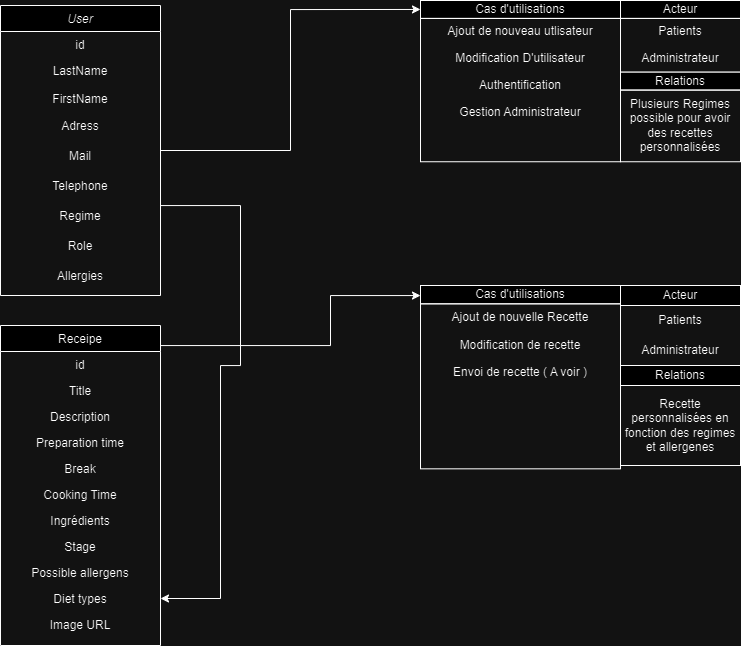
Before: Diagramme.drawio.png, a diagram exported from draw.io (RaptorZ501/ECF-Entrainement). Source tidied: cells renumbered, new cells last; positions are measured from the earlier drawing's top-left corner, leaving out a move shared by most shapes.
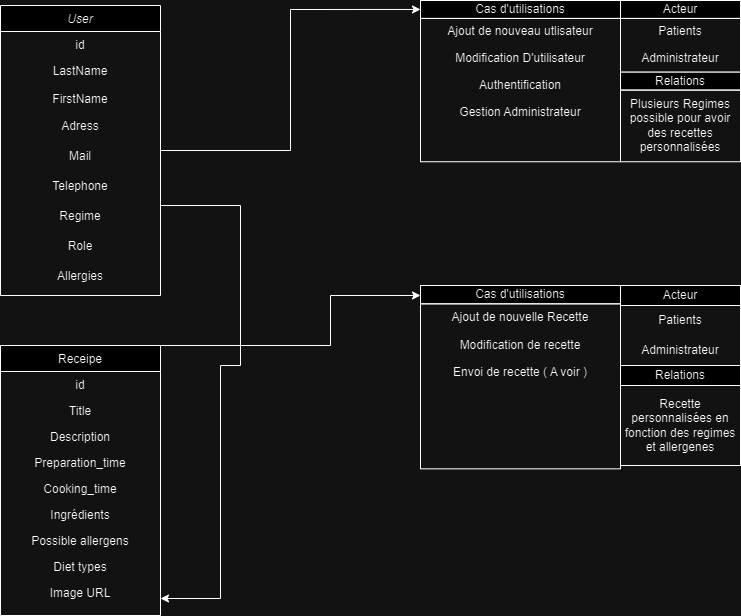
After the change.

The edit, as a diff of the source:
```diff
@@ -44,7 +44,7 @@
       </mxGeometry>
     </mxCell>
     <mxCell id="14" value="Receipe" style="swimlane;fontStyle=0;align=center;verticalAlign=top;horizontal=1;startSize=26;rounded=0;shadow=0;strokeWidth=1;" parent="1" vertex="1">
-      <mxGeometry y="325" width="160" height="320" as="geometry" />
+      <mxGeometry y="345" width="160" height="270" as="geometry" />
     </mxCell>
     <mxCell id="15" value="id" style="text;align=center;verticalAlign=top;spacingLeft=4;spacingRight=4;overflow=hidden;" parent="14" vertex="1">
       <mxGeometry y="26" width="160" height="26" as="geometry" />
@@ -55,29 +55,23 @@
     <mxCell id="17" value="Description" style="text;align=center;verticalAlign=top;spacingLeft=4;spacingRight=4;overflow=hidden;rounded=0;shadow=0;html=0;" parent="14" vertex="1">
       <mxGeometry y="78" width="160" height="26" as="geometry" />
     </mxCell>
-    <mxCell id="18" value="Preparation time" style="text;align=center;verticalAlign=top;spacingLeft=4;spacingRight=4;overflow=hidden;rounded=0;shadow=0;html=0;" parent="14" vertex="1">
+    <mxCell id="18" value="Preparation_time" style="text;align=center;verticalAlign=top;spacingLeft=4;spacingRight=4;overflow=hidden;rounded=0;shadow=0;html=0;" parent="14" vertex="1">
       <mxGeometry y="104" width="160" height="26" as="geometry" />
     </mxCell>
-    <mxCell id="19" value="Break" style="text;align=center;verticalAlign=top;spacingLeft=4;spacingRight=4;overflow=hidden;rounded=0;shadow=0;html=0;" parent="14" vertex="1">
-      <mxGeometry y="130" width="160" height="26" as="geometry" />
-    </mxCell>
-    <mxCell id="20" value="Cooking Time" style="text;align=center;verticalAlign=top;spacingLeft=4;spacingRight=4;overflow=hidden;" parent="14" vertex="1">
-      <mxGeometry y="156" width="160" height="26" as="geometry" />
+    <mxCell id="20" value="Cooking_time" style="text;align=center;verticalAlign=top;spacingLeft=4;spacingRight=4;overflow=hidden;" parent="14" vertex="1">
+      <mxGeometry y="130" width="160" height="26" as="geometry" />
     </mxCell>
     <mxCell id="21" value="Ingrédients" style="text;align=center;verticalAlign=top;spacingLeft=4;spacingRight=4;overflow=hidden;" parent="14" vertex="1">
-      <mxGeometry y="182" width="160" height="26" as="geometry" />
+      <mxGeometry y="156" width="160" height="26" as="geometry" />
     </mxCell>
-    <mxCell id="22" value="Stage" style="text;align=center;verticalAlign=top;spacingLeft=4;spacingRight=4;overflow=hidden;" parent="14" vertex="1">
-      <mxGeometry y="208" width="160" height="26" as="geometry" />
-    </mxCell>
     <mxCell id="23" value="Possible allergens" style="text;align=center;verticalAlign=top;spacingLeft=4;spacingRight=4;overflow=hidden;" parent="14" vertex="1">
-      <mxGeometry y="234" width="160" height="26" as="geometry" />
+      <mxGeometry y="182" width="160" height="26" as="geometry" />
     </mxCell>
     <mxCell id="24" value="Diet types" style="text;align=center;verticalAlign=top;spacingLeft=4;spacingRight=4;overflow=hidden;" parent="14" vertex="1">
-      <mxGeometry y="260" width="160" height="26" as="geometry" />
+      <mxGeometry y="208" width="160" height="26" as="geometry" />
     </mxCell>
     <mxCell id="25" value="Image URL" style="text;align=center;verticalAlign=top;spacingLeft=4;spacingRight=4;overflow=hidden;" parent="14" vertex="1">
-      <mxGeometry y="286" width="160" height="26" as="geometry" />
+      <mxGeometry y="234" width="160" height="26" as="geometry" />
     </mxCell>
     <mxCell id="26" style="edgeStyle=orthogonalEdgeStyle;rounded=0;jettySize=auto;html=1;entryX=1;entryY=0.5;entryDx=0;entryDy=0;" parent="1" edge="1" source="10">
       <mxGeometry relative="1" as="geometry">
```
